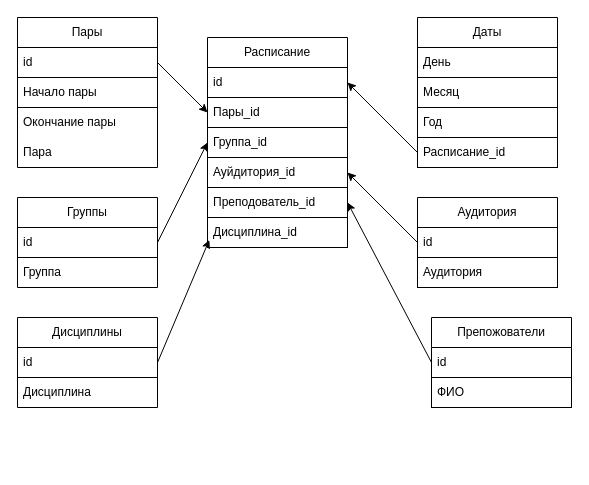
Before: sheme.drawio in N1k100n/tg.bot, a draw.io diagram. Source tidied: cells renumbered, new cells numbered last; positions are measured from the earlier drawing's top-left corner, leaving out a move shared by most shapes. Both pictures are drawn from the tidied source at 100%, with x=0, y=0 at pixel (17, 17).
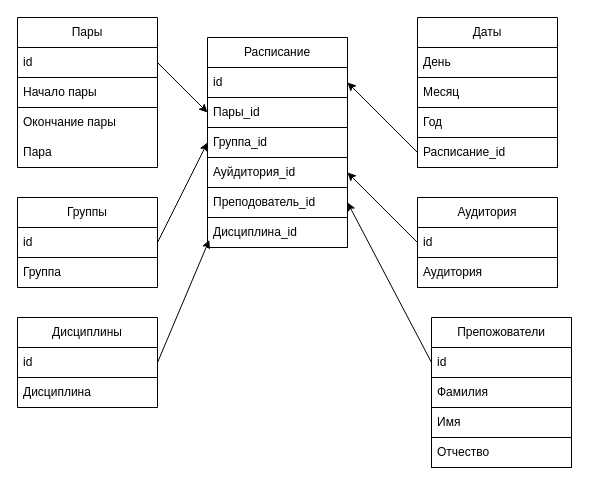
After the change.

Commit message:
доработка схемы бд

Diff of the diagram source:
```diff
@@
     <mxCell id="21" value="Препожователи" style="swimlane;fontStyle=0;horizontal=1;startSize=30;whiteSpace=wrap;html=1;strokeColor=default;fillColor=default;" parent="1" vertex="1">
-      <mxGeometry x="414" y="300" width="140" height="90" as="geometry" />
+      <mxGeometry x="414" y="300" width="140" height="150" as="geometry" />
     </mxCell>
@@
-    <mxCell id="23" value="ФИО" style="text;strokeColor=default;fillColor=none;align=left;verticalAlign=middle;spacingLeft=4;spacingRight=4;overflow=hidden;whiteSpace=wrap;html=1;" parent="21" vertex="1">
+    <mxCell id="23" value="Фамилия" style="text;strokeColor=default;fillColor=none;align=left;verticalAlign=middle;spacingLeft=4;spacingRight=4;overflow=hidden;whiteSpace=wrap;html=1;" parent="21" vertex="1">
       <mxGeometry y="60" width="140" height="30" as="geometry" />
     </mxCell>
+    <mxCell id="37" value="Имя" style="text;strokeColor=default;fillColor=none;align=left;verticalAlign=middle;spacingLeft=4;spacingRight=4;overflow=hidden;whiteSpace=wrap;html=1;" parent="21" vertex="1">
+      <mxGeometry y="90" width="140" height="30" as="geometry" />
+    </mxCell>
+    <mxCell id="38" value="Отчество" style="text;strokeColor=default;fillColor=none;align=left;verticalAlign=middle;spacingLeft=4;spacingRight=4;overflow=hidden;whiteSpace=wrap;html=1;" parent="21" vertex="1">
+      <mxGeometry y="120" width="140" height="30" as="geometry" />
+    </mxCell>
```
